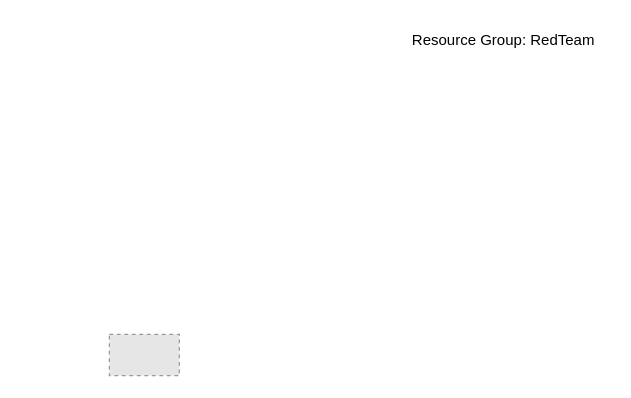
jamesbitpro/Backups keeps this draw.io diagram as Untitled Diagram.drawio. Above is the earlier version. Source tidied: cells renumbered, new cells numbered last; positions are measured from the earlier drawing's top-left corner, leaving out a move shared by most shapes. Both pictures are drawn from the tidied source at 125%, with x=0, y=0 at pixel (109, 21). Pictures stored in the file or linked from it are replaced by grey dashed boxes.
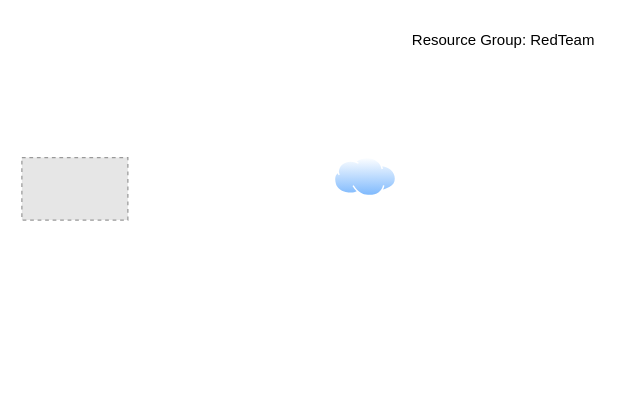
Above is the later version.

Commit message:
Module 13 Challenge

The edit, as a diff of the source:
```diff
@@
 <mxGraphModel>
   <root>
     <mxCell id="0" />
     <mxCell id="1" parent="0" />
     <mxCell id="2" value="Resource Group: RedTeam" style="text;html=1;align=center;verticalAlign=middle;fillColor=none;strokeColor=none;rounded=0;" parent="1" vertex="1">
       <mxGeometry x="230" width="170" height="30" as="geometry" />
     </mxCell>
     <mxCell id="3" style="fillColor=#E6E6E6;strokeColor=#999999;dashed=1;verticalLabelPosition=bottom;labelBackgroundColor=#ffffff;verticalAlign=top;" parent="1" vertex="1">
-      <mxGeometry y="250" width="56" height="33" as="geometry" />
+      <mxGeometry x="-70" y="108.5" width="84.8" height="50" as="geometry" />
     </mxCell>
+    <mxCell id="4" style="perimeter=ellipsePerimeter;html=1;align=center;shadow=0;dashed=0;spacingTop=3;image;image=img/lib/active_directory/internet_cloud.svg;" parent="1" vertex="1">
+      <mxGeometry x="180" y="108.5" width="50" height="31.5" as="geometry" />
+    </mxCell>
   </root>
 </mxGraphModel>
```
